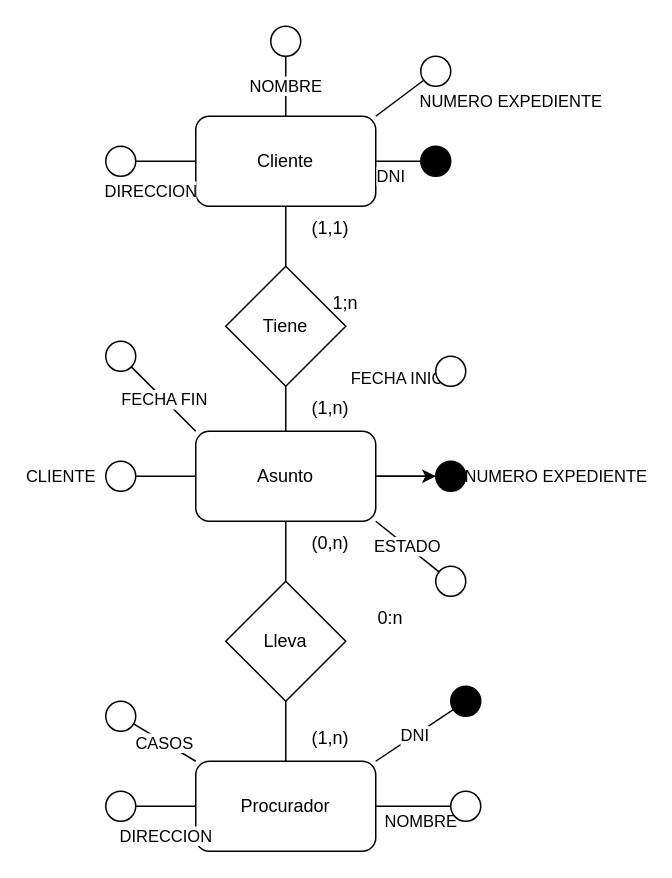
Above: page "Page-1" (1 of 2) of Untitled Diagram.drawio in Carlo500/abril23 (draw.io), before the change. Source tidied: cells renumbered, new cells numbered last; positions are measured from the earlier drawing's top-left corner, leaving out a move shared by most shapes. Both pictures are drawn from the tidied source at 150%, with x=0, y=0 at pixel (105, 26).
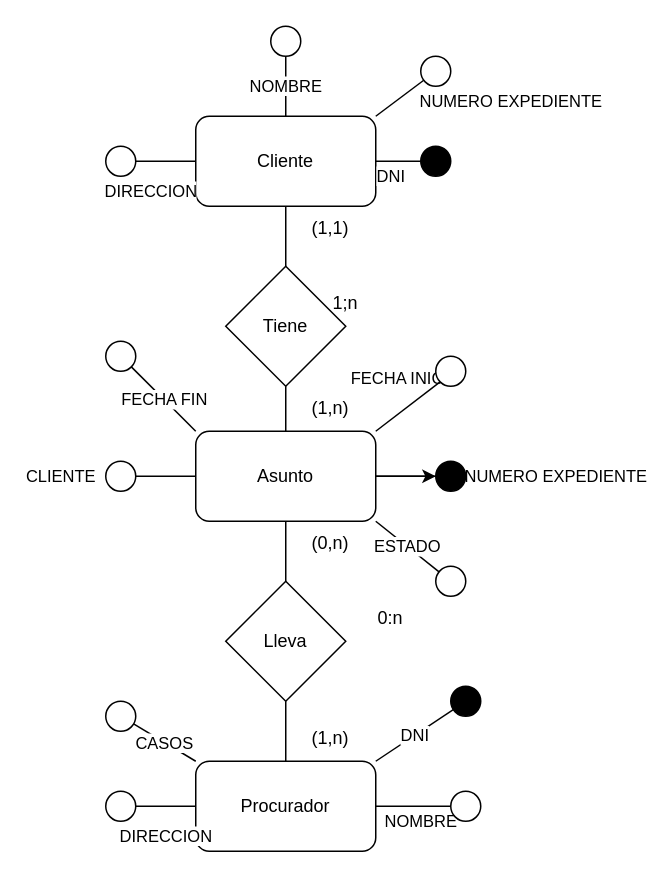
The same diagram, later.

Commit message:
ejercicio actuaalizado

Unchanged cells that the change refers to:
```xml
<mxCell id="5" value="Asunto" style="rounded=1;whiteSpace=wrap;html=1;" parent="1" vertex="1">
  <mxGeometry x="60" y="270" width="120" height="60" as="geometry" />
</mxCell>
<mxCell id="26" style="ellipse;whiteSpace=wrap;html=1;" parent="1" vertex="1">
  <mxGeometry x="220" y="220" width="20" height="20" as="geometry" />
</mxCell>
```

Diff of the diagram source:
```diff
@@
+    <mxCell id="46" style="endArrow=none;html=1;rounded=0;exitX=1;exitY=0;exitDx=0;exitDy=0;entryX=0;entryY=1;entryDx=0;entryDy=0;" parent="1" edge="1" source="5" target="26">
+      <mxGeometry relative="1" as="geometry" />
+    </mxCell>
```
